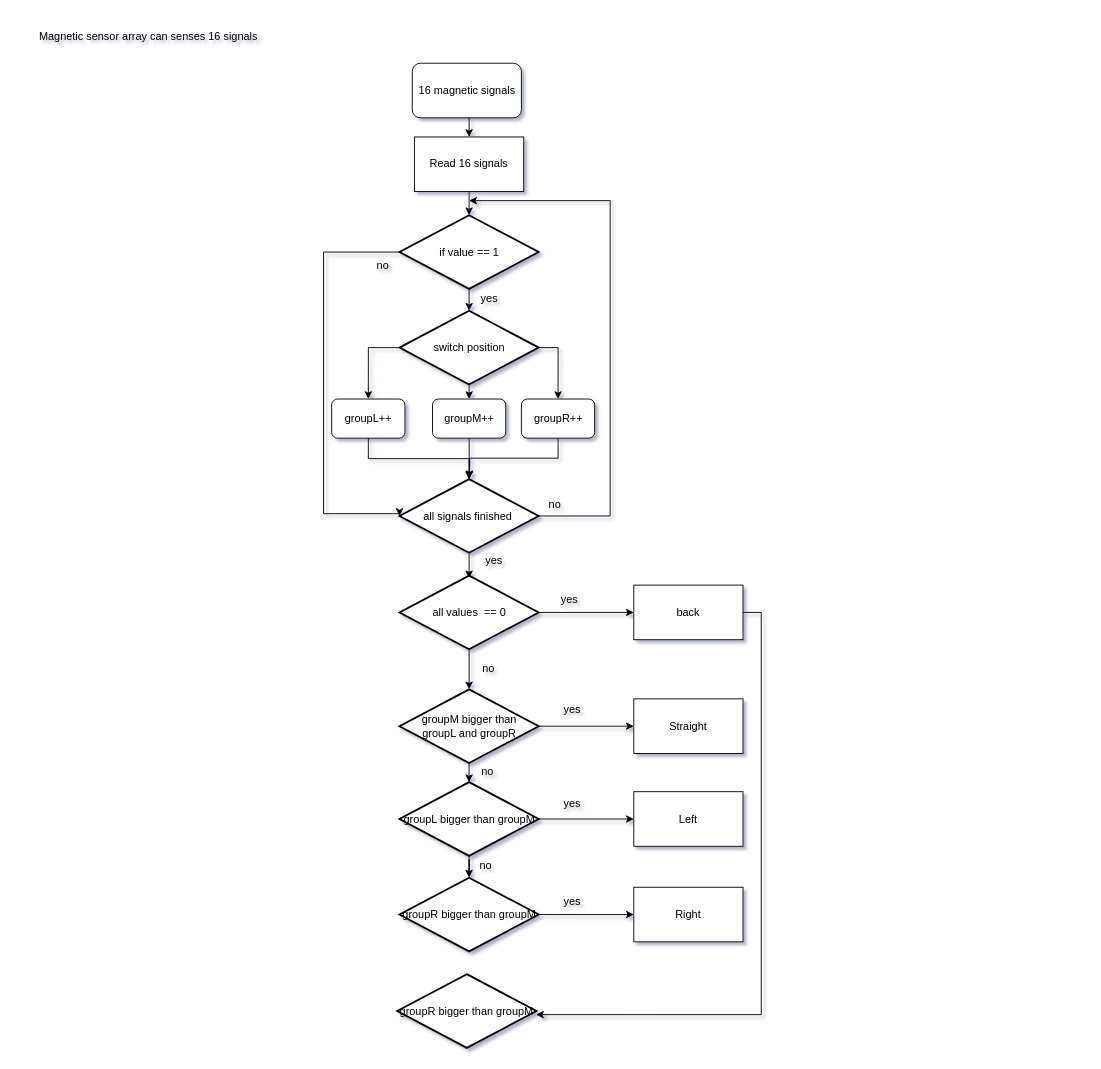
Above: Untitled Diagram.drawio in x-dl/git (draw.io), before the change. Source tidied: cells renumbered, new cells numbered last; positions are measured from the earlier drawing's top-left corner, leaving out a move shared by most shapes. Both pictures are drawn from the tidied source at 91%, with x=0, y=0 at pixel (15, 28).
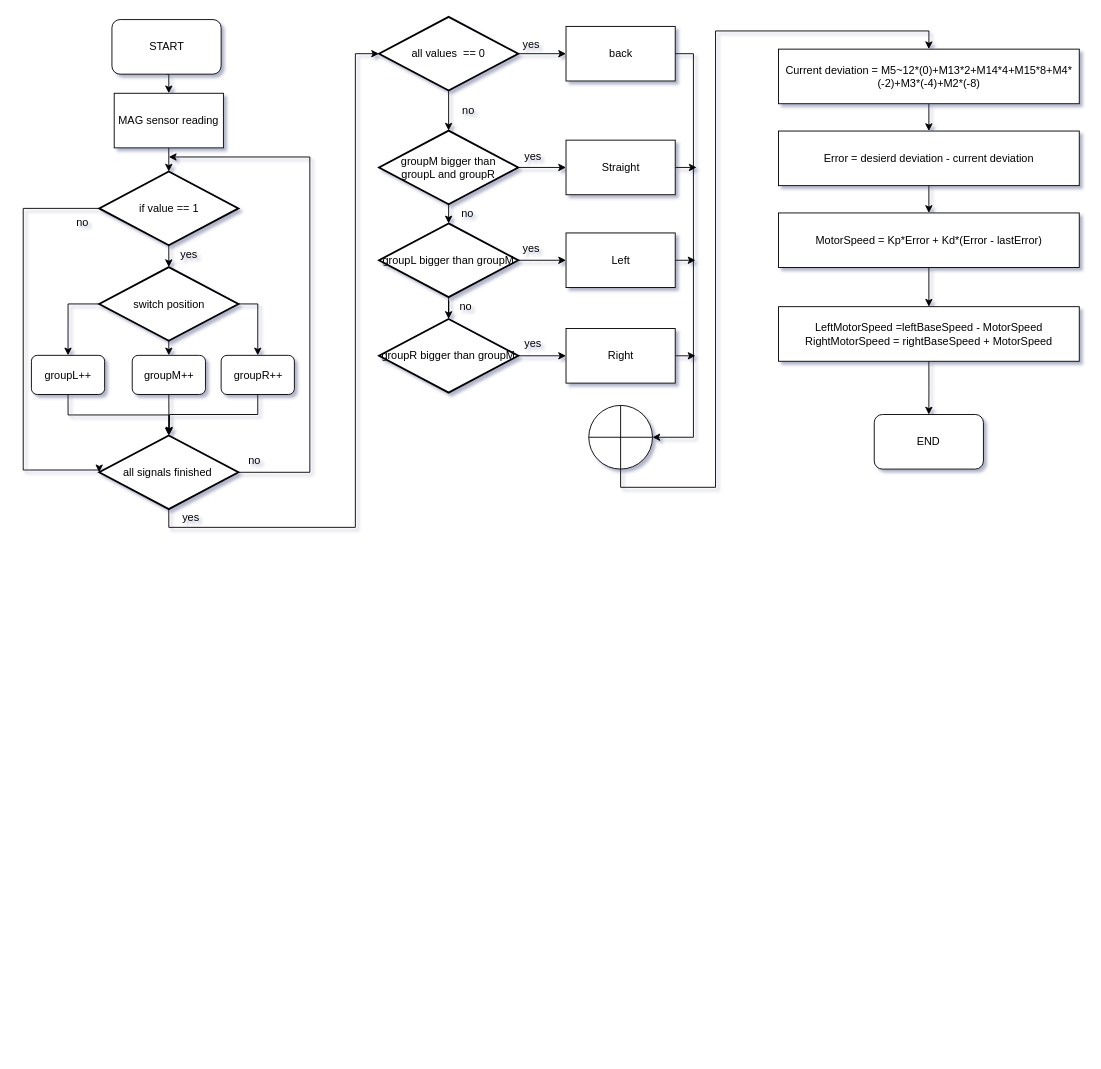
After the change.

Change to the diagram source:
```diff
@@
-    <mxCell id="2" value="Magnetic sensor array can senses 16 signals&amp;nbsp;" style="text;html=1;align=center;verticalAlign=middle;strokeColor=none;fillColor=none;" parent="1" vertex="1">
-      <mxGeometry width="294" height="18" as="geometry" />
-    </mxCell>
@@
-    <mxCell id="4" value="16 magnetic signals" style="rounded=1;whiteSpace=wrap;html=1;" parent="1" vertex="1">
-      <mxGeometry x="435.5" y="38" width="120" height="60" as="geometry" />
+    <mxCell id="4" value="START" style="rounded=1;whiteSpace=wrap;html=1;" parent="1" vertex="1">
+      <mxGeometry x="105.5" y="-10" width="120" height="60" as="geometry" />
     </mxCell>
@@
-    <mxCell id="6" value="Read 16 signals" style="whiteSpace=wrap;html=1;" parent="1" vertex="1">
-      <mxGeometry x="438" y="119" width="120" height="60" as="geometry" />
+    <mxCell id="6" value="MAG sensor reading" style="whiteSpace=wrap;html=1;" parent="1" vertex="1">
+      <mxGeometry x="108" y="71" width="120" height="60" as="geometry" />
     </mxCell>
@@
     <mxCell id="8" style="edgeStyle=orthogonalEdgeStyle;rounded=0;jettySize=auto;html=1;exitX=0;exitY=0.5;exitDx=0;exitDy=0;exitPerimeter=0;entryX=0;entryY=0.5;entryDx=0;entryDy=0;entryPerimeter=0;" parent="1" edge="1" source="9" target="24">
       <mxGeometry relative="1" as="geometry">
         <Array as="points">
-          <mxPoint x="338" y="246" />
-          <mxPoint x="338" y="533" />
+          <mxPoint x="8" y="198" />
+          <mxPoint x="8" y="485" />
         </Array>
       </mxGeometry>
     </mxCell>
     <mxCell id="9" value="if value == 1" style="strokeWidth=2;html=1;shape=mxgraph.flowchart.decision;whiteSpace=wrap;" parent="1" vertex="1">
-      <mxGeometry x="421.5" y="205" width="153" height="81" as="geometry" />
+      <mxGeometry x="91.5" y="157" width="153" height="81" as="geometry" />
     </mxCell>
@@
     <mxCell id="13" value="switch position" style="strokeWidth=2;html=1;shape=mxgraph.flowchart.decision;whiteSpace=wrap;" parent="1" vertex="1">
-      <mxGeometry x="421.5" y="310" width="153" height="81" as="geometry" />
+      <mxGeometry x="91.5" y="262" width="153" height="81" as="geometry" />
     </mxCell>
     <mxCell id="14" value="yes" style="text;html=1;align=center;verticalAlign=middle;strokeColor=none;fillColor=none;" parent="1" vertex="1">
-      <mxGeometry x="504" y="288" width="32" height="18" as="geometry" />
+      <mxGeometry x="174" y="240" width="32" height="18" as="geometry" />
     </mxCell>
     <mxCell id="15" value="no&lt;br&gt;" style="text;html=1;align=center;verticalAlign=middle;strokeColor=none;fillColor=none;" parent="1" vertex="1">
-      <mxGeometry x="390" y="252" width="26" height="18" as="geometry" />
+      <mxGeometry x="60" y="204" width="26" height="18" as="geometry" />
     </mxCell>
@@
     <mxCell id="17" value="groupL++" style="rounded=1;whiteSpace=wrap;html=1;" parent="1" vertex="1">
-      <mxGeometry x="347" y="407" width="80.5" height="43" as="geometry" />
+      <mxGeometry x="17" y="359" width="80.5" height="43" as="geometry" />
     </mxCell>
@@
     <mxCell id="19" value="&lt;span&gt;groupM++&lt;/span&gt;" style="rounded=1;whiteSpace=wrap;html=1;" parent="1" vertex="1">
-      <mxGeometry x="457.8" y="407" width="80.5" height="43" as="geometry" />
+      <mxGeometry x="127.8" y="359" width="80.5" height="43" as="geometry" />
     </mxCell>
     <mxCell id="20" style="edgeStyle=orthogonalEdgeStyle;rounded=0;jettySize=auto;html=1;exitX=0.5;exitY=1;exitDx=0;exitDy=0;" parent="1" edge="1" source="21">
       <mxGeometry relative="1" as="geometry">
-        <mxPoint x="498.4" y="494" as="targetPoint" />
+        <mxPoint x="168.4" y="446" as="targetPoint" />
       </mxGeometry>
     </mxCell>
     <mxCell id="21" value="&lt;span&gt;groupR++&lt;/span&gt;" style="rounded=1;whiteSpace=wrap;html=1;" parent="1" vertex="1">
-      <mxGeometry x="555.5" y="407" width="80.5" height="43" as="geometry" />
+      <mxGeometry x="225.5" y="359" width="80.5" height="43" as="geometry" />
     </mxCell>
-    <mxCell id="22" style="edgeStyle=orthogonalEdgeStyle;rounded=0;jettySize=auto;html=1;exitX=0.5;exitY=1;exitDx=0;exitDy=0;exitPerimeter=0;" parent="1" edge="1" source="24">
-      <mxGeometry relative="1" as="geometry">
-        <mxPoint x="498" y="604" as="targetPoint" />
-      </mxGeometry>
-    </mxCell>
     <mxCell id="23" style="edgeStyle=orthogonalEdgeStyle;rounded=0;jettySize=auto;html=1;exitX=1;exitY=0.5;exitDx=0;exitDy=0;exitPerimeter=0;" parent="1" edge="1" source="24">
       <mxGeometry relative="1" as="geometry">
-        <mxPoint x="498" y="189" as="targetPoint" />
+        <mxPoint x="168" y="141" as="targetPoint" />
         <Array as="points">
-          <mxPoint x="653" y="536" />
-          <mxPoint x="653" y="189" />
+          <mxPoint x="323" y="488" />
+          <mxPoint x="323" y="141" />
         </Array>
       </mxGeometry>
     </mxCell>
+    <mxCell id="51" style="edgeStyle=orthogonalEdgeStyle;rounded=0;jettySize=auto;html=1;exitX=0.5;exitY=1;exitDx=0;exitDy=0;exitPerimeter=0;entryX=0;entryY=0.5;entryDx=0;entryDy=0;entryPerimeter=0;" parent="1" edge="1" source="24" target="29">
+      <mxGeometry relative="1" as="geometry">
+        <Array as="points">
+          <mxPoint x="168" y="548" />
+          <mxPoint x="373" y="548" />
+          <mxPoint x="373" y="28" />
+        </Array>
+      </mxGeometry>
+    </mxCell>
     <mxCell id="24" value="all signals finished&amp;nbsp;" style="strokeWidth=2;html=1;shape=mxgraph.flowchart.decision;whiteSpace=wrap;" parent="1" vertex="1">
-      <mxGeometry x="421.5" y="495" width="153" height="81" as="geometry" />
+      <mxGeometry x="91.5" y="447" width="153" height="81" as="geometry" />
     </mxCell>
     <mxCell id="25" value="no&lt;br&gt;" style="text;html=1;align=center;verticalAlign=middle;strokeColor=none;fillColor=none;" parent="1" vertex="1">
-      <mxGeometry x="579" y="514" width="26" height="18" as="geometry" />
+      <mxGeometry x="249" y="466" width="26" height="18" as="geometry" />
     </mxCell>
     <mxCell id="26" value="yes&lt;br&gt;" style="text;html=1;align=center;verticalAlign=middle;strokeColor=none;fillColor=none;" parent="1" vertex="1">
-      <mxGeometry x="509" y="576" width="32" height="18" as="geometry" />
+      <mxGeometry x="176.2" y="528" width="32" height="18" as="geometry" />
     </mxCell>
@@
     <mxCell id="29" value="all values&amp;nbsp; == 0" style="strokeWidth=2;html=1;shape=mxgraph.flowchart.decision;whiteSpace=wrap;" parent="1" vertex="1">
-      <mxGeometry x="421.5" y="601" width="153" height="81" as="geometry" />
+      <mxGeometry x="399" y="-13" width="153" height="81" as="geometry" />
     </mxCell>
     <mxCell id="30" value="yes&lt;br&gt;" style="text;html=1;align=center;verticalAlign=middle;strokeColor=none;fillColor=none;" parent="1" vertex="1">
-      <mxGeometry x="592" y="619" width="32" height="18" as="geometry" />
+      <mxGeometry x="550" y="9" width="32" height="18" as="geometry" />
     </mxCell>
     <mxCell id="31" value="no&lt;br&gt;" style="text;html=1;align=center;verticalAlign=middle;strokeColor=none;fillColor=none;" parent="1" vertex="1">
-      <mxGeometry x="506" y="695" width="26" height="18" as="geometry" />
+      <mxGeometry x="483.5" y="81" width="26" height="18" as="geometry" />
     </mxCell>
@@
     <mxCell id="34" value="groupM bigger than&lt;br&gt;groupL and groupR" style="strokeWidth=2;html=1;shape=mxgraph.flowchart.decision;whiteSpace=wrap;" parent="1" vertex="1">
-      <mxGeometry x="421.5" y="726" width="153" height="81" as="geometry" />
+      <mxGeometry x="399" y="112" width="153" height="81" as="geometry" />
     </mxCell>
-    <mxCell id="35" style="edgeStyle=orthogonalEdgeStyle;rounded=0;jettySize=auto;html=1;exitX=1;exitY=0.5;exitDx=0;exitDy=0;entryX=0.997;entryY=0.549;entryDx=0;entryDy=0;entryPerimeter=0;" parent="1" edge="1" source="36" target="50">
-      <mxGeometry relative="1" as="geometry" />
-    </mxCell>
+    <mxCell id="52" style="edgeStyle=orthogonalEdgeStyle;rounded=0;jettySize=auto;html=1;exitX=1;exitY=0.5;exitDx=0;exitDy=0;entryX=1;entryY=0.5;entryDx=0;entryDy=0;entryPerimeter=0;" parent="1" edge="1" source="36" target="63">
+      <mxGeometry relative="1" as="geometry" />
+    </mxCell>
     <mxCell id="36" value="back" style="whiteSpace=wrap;html=1;" parent="1" vertex="1">
-      <mxGeometry x="679" y="611.5" width="120" height="60" as="geometry" />
+      <mxGeometry x="604.5" y="-2.5" width="120" height="60" as="geometry" />
     </mxCell>
+    <mxCell id="53" style="edgeStyle=orthogonalEdgeStyle;rounded=0;jettySize=auto;html=1;exitX=1;exitY=0.5;exitDx=0;exitDy=0;" parent="1" edge="1" source="37">
+      <mxGeometry relative="1" as="geometry">
+        <mxPoint x="748" y="152.1" as="targetPoint" />
+      </mxGeometry>
+    </mxCell>
     <mxCell id="37" value="Straight" style="whiteSpace=wrap;html=1;" parent="1" vertex="1">
-      <mxGeometry x="679" y="736.5" width="120" height="60" as="geometry" />
+      <mxGeometry x="604.5" y="122.5" width="120" height="60" as="geometry" />
     </mxCell>
     <mxCell id="38" value="yes" style="text;html=1;align=center;verticalAlign=middle;strokeColor=none;fillColor=none;" parent="1" vertex="1">
-      <mxGeometry x="595" y="740" width="32" height="18" as="geometry" />
+      <mxGeometry x="552" y="132" width="32" height="18" as="geometry" />
     </mxCell>
@@
     <mxCell id="41" value="groupL bigger than groupM" style="strokeWidth=2;html=1;shape=mxgraph.flowchart.decision;whiteSpace=wrap;" parent="1" vertex="1">
-      <mxGeometry x="421.5" y="828" width="153" height="81" as="geometry" />
+      <mxGeometry x="399" y="214" width="153" height="81" as="geometry" />
     </mxCell>
     <mxCell id="42" value="no" style="text;html=1;align=center;verticalAlign=middle;strokeColor=none;fillColor=none;" parent="1" vertex="1">
-      <mxGeometry x="505.2" y="808" width="26" height="18" as="geometry" />
+      <mxGeometry x="482.7" y="194" width="26" height="18" as="geometry" />
     </mxCell>
+    <mxCell id="54" style="edgeStyle=orthogonalEdgeStyle;rounded=0;jettySize=auto;html=1;exitX=1;exitY=0.5;exitDx=0;exitDy=0;" parent="1" edge="1" source="43">
+      <mxGeometry relative="1" as="geometry">
+        <mxPoint x="746.8" y="255" as="targetPoint" />
+      </mxGeometry>
+    </mxCell>
     <mxCell id="43" value="Left" style="whiteSpace=wrap;html=1;" parent="1" vertex="1">
-      <mxGeometry x="679" y="838.5" width="120" height="60" as="geometry" />
+      <mxGeometry x="604.5" y="224.5" width="120" height="60" as="geometry" />
     </mxCell>
     <mxCell id="44" value="yes" style="text;html=1;align=center;verticalAlign=middle;strokeColor=none;fillColor=none;" parent="1" vertex="1">
-      <mxGeometry x="595" y="843" width="32" height="18" as="geometry" />
+      <mxGeometry x="550" y="233" width="32" height="18" as="geometry" />
     </mxCell>
@@
     <mxCell id="46" value="groupR bigger than groupM" style="strokeWidth=2;html=1;shape=mxgraph.flowchart.decision;whiteSpace=wrap;" parent="1" vertex="1">
-      <mxGeometry x="421.5" y="933" width="153" height="81" as="geometry" />
+      <mxGeometry x="399" y="319" width="153" height="81" as="geometry" />
     </mxCell>
+    <mxCell id="55" style="edgeStyle=orthogonalEdgeStyle;rounded=0;jettySize=auto;html=1;exitX=1;exitY=0.5;exitDx=0;exitDy=0;" parent="1" edge="1" source="47">
+      <mxGeometry relative="1" as="geometry">
+        <mxPoint x="746.8" y="359.3" as="targetPoint" />
+      </mxGeometry>
+    </mxCell>
     <mxCell id="47" value="Right" style="whiteSpace=wrap;html=1;" parent="1" vertex="1">
-      <mxGeometry x="679" y="943.5" width="120" height="60" as="geometry" />
+      <mxGeometry x="604.5" y="329.5" width="120" height="60" as="geometry" />
     </mxCell>
     <mxCell id="48" value="no" style="text;html=1;align=center;verticalAlign=middle;strokeColor=none;fillColor=none;" parent="1" vertex="1">
-      <mxGeometry x="503" y="911" width="26" height="18" as="geometry" />
+      <mxGeometry x="480.5" y="297" width="26" height="18" as="geometry" />
     </mxCell>
     <mxCell id="49" value="yes" style="text;html=1;align=center;verticalAlign=middle;strokeColor=none;fillColor=none;" parent="1" vertex="1">
-      <mxGeometry x="595" y="950" width="32" height="18" as="geometry" />
+      <mxGeometry x="552" y="337" width="32" height="18" as="geometry" />
     </mxCell>
-    <mxCell id="50" value="groupR bigger than groupM" style="strokeWidth=2;html=1;shape=mxgraph.flowchart.decision;whiteSpace=wrap;" parent="1" vertex="1">
-      <mxGeometry x="419" y="1039" width="153" height="81" as="geometry" />
-    </mxCell>
+    <mxCell id="56" style="edgeStyle=orthogonalEdgeStyle;rounded=0;jettySize=auto;html=1;exitX=0.5;exitY=1;exitDx=0;exitDy=0;entryX=0.5;entryY=0;entryDx=0;entryDy=0;" parent="1" edge="1" source="57" target="59">
+      <mxGeometry relative="1" as="geometry" />
+    </mxCell>
+    <mxCell id="57" value="Error = desierd deviation - current deviation" style="whiteSpace=wrap;html=1;" parent="1" vertex="1">
+      <mxGeometry x="838" y="112.5" width="330.5" height="60" as="geometry" />
+    </mxCell>
+    <mxCell id="58" style="edgeStyle=orthogonalEdgeStyle;rounded=0;jettySize=auto;html=1;exitX=0.5;exitY=1;exitDx=0;exitDy=0;entryX=0.5;entryY=0;entryDx=0;entryDy=0;" parent="1" edge="1" source="59" target="61">
+      <mxGeometry relative="1" as="geometry" />
+    </mxCell>
+    <mxCell id="59" value="MotorSpeed = Kp*Error + Kd*(Error - lastError)" style="whiteSpace=wrap;html=1;" parent="1" vertex="1">
+      <mxGeometry x="838" y="202.5" width="330.5" height="60" as="geometry" />
+    </mxCell>
+    <mxCell id="60" style="edgeStyle=orthogonalEdgeStyle;rounded=0;jettySize=auto;html=1;exitX=0.5;exitY=1;exitDx=0;exitDy=0;entryX=0.5;entryY=0;entryDx=0;entryDy=0;" parent="1" edge="1" source="61" target="64">
+      <mxGeometry relative="1" as="geometry" />
+    </mxCell>
+    <mxCell id="61" value="LeftMotorSpeed =leftBaseSpeed - MotorSpeed&lt;br&gt;RightMotorSpeed = rightBaseSpeed + MotorSpeed" style="whiteSpace=wrap;html=1;" parent="1" vertex="1">
+      <mxGeometry x="838" y="305.5" width="330.5" height="60" as="geometry" />
+    </mxCell>
+    <mxCell id="62" style="edgeStyle=orthogonalEdgeStyle;rounded=0;jettySize=auto;html=1;exitX=0.5;exitY=1;exitDx=0;exitDy=0;exitPerimeter=0;entryX=0.5;entryY=0;entryDx=0;entryDy=0;" parent="1" edge="1" source="63" target="66">
+      <mxGeometry relative="1" as="geometry" />
+    </mxCell>
+    <mxCell id="63" style="verticalLabelPosition=bottom;verticalAlign=top;html=1;shape=mxgraph.flowchart.summing_function;labelBackgroundColor=#FFFFFF;" parent="1" vertex="1">
+      <mxGeometry x="629.5" y="414" width="70" height="70" as="geometry" />
+    </mxCell>
+    <mxCell id="64" value="END" style="rounded=1;whiteSpace=wrap;html=1;labelBackgroundColor=#FFFFFF;" parent="1" vertex="1">
+      <mxGeometry x="943.2" y="424" width="120" height="60" as="geometry" />
+    </mxCell>
+    <mxCell id="65" style="edgeStyle=orthogonalEdgeStyle;rounded=0;jettySize=auto;html=1;exitX=0.5;exitY=1;exitDx=0;exitDy=0;entryX=0.5;entryY=0;entryDx=0;entryDy=0;" parent="1" edge="1" source="66" target="57">
+      <mxGeometry relative="1" as="geometry" />
+    </mxCell>
+    <mxCell id="66" value="Current deviation = M5~12*(0)+M13*2+M14*4+M15*8+M4*(-2)+M3*(-4)+M2*(-8)" style="whiteSpace=wrap;html=1;" parent="1" vertex="1">
+      <mxGeometry x="838" y="22.5" width="330.5" height="60" as="geometry" />
+    </mxCell>
```
